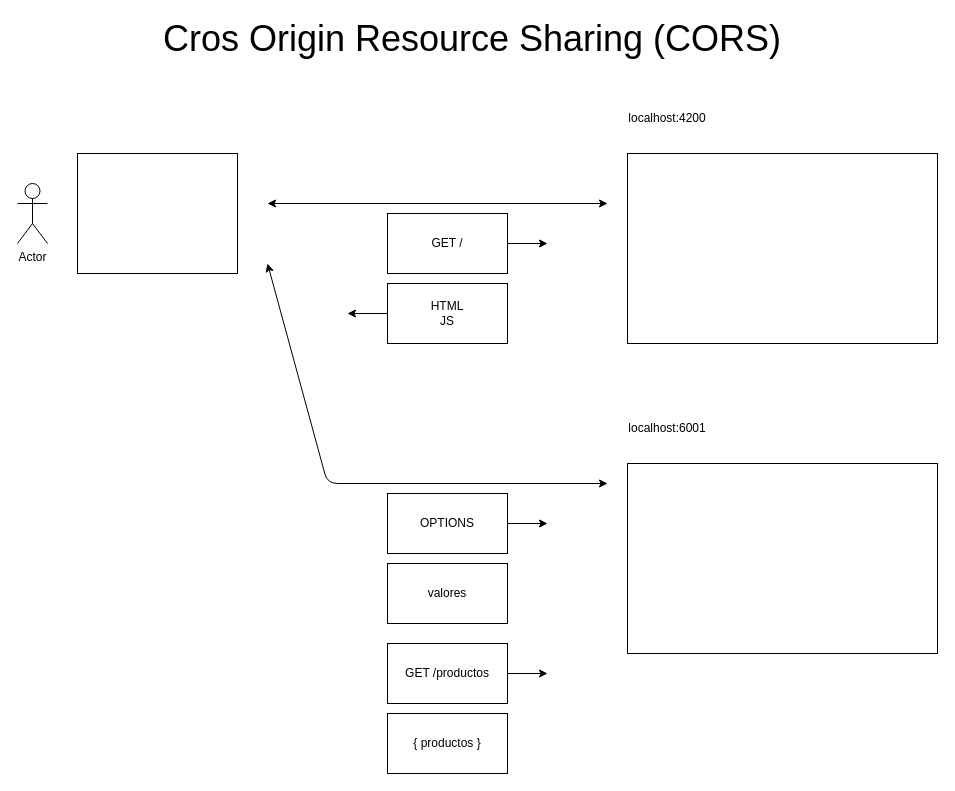
Before: page "Página-40" (39 of 39) of dibujos.drawio in lrag/MEAN_2021_2, a draw.io diagram. Source tidied: cells renumbered, new cells numbered last; positions are measured from the earlier drawing's top-left corner, leaving out a move shared by most shapes. Both pictures are drawn from the tidied source at 100%, with x=0, y=0 at pixel (17, 23).
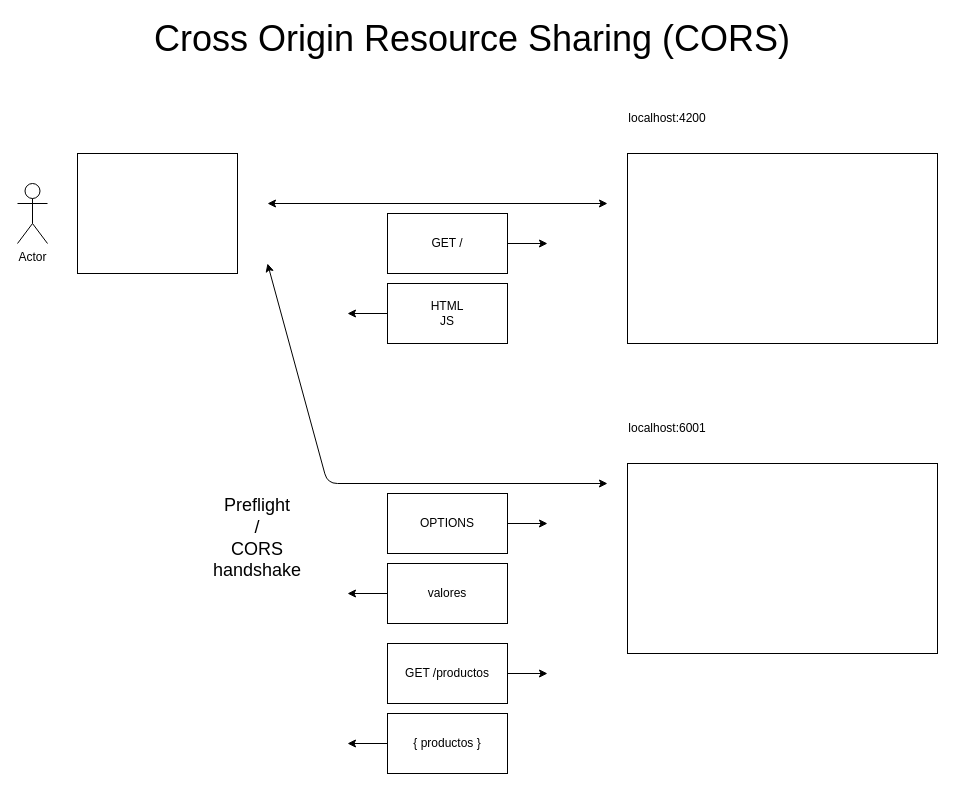
After the change.

Commit message (it also covers changes not shown here):
El CORS y los que siempre pagan el pato

Unchanged cells that the change refers to:
```xml
<mxCell id="17" value="valores" style="rounded=0;whiteSpace=wrap;html=1;" parent="1" vertex="1">
  <mxGeometry x="370" y="540" width="120" height="60" as="geometry" />
</mxCell>
<mxCell id="20" value="{ productos }" style="rounded=0;whiteSpace=wrap;html=1;" parent="1" vertex="1">
  <mxGeometry x="370" y="690" width="120" height="60" as="geometry" />
</mxCell>
```

Change to the diagram source:
```diff
@@
-    <mxCell id="2" value="&lt;font style=&quot;font-size: 36px&quot;&gt;Cros Origin Resource Sharing (CORS)&lt;/font&gt;" style="text;html=1;strokeColor=none;fillColor=none;align=center;verticalAlign=middle;whiteSpace=wrap;rounded=0;" parent="1" vertex="1">
+    <mxCell id="2" value="&lt;font style=&quot;font-size: 36px&quot;&gt;Cross Origin Resource Sharing (CORS)&lt;/font&gt;" style="text;html=1;strokeColor=none;fillColor=none;align=center;verticalAlign=middle;whiteSpace=wrap;rounded=0;" parent="1" vertex="1">
       <mxGeometry width="910" height="30" as="geometry" />
     </mxCell>
@@
+    <mxCell id="21" value="&lt;font style=&quot;font-size: 18px&quot;&gt;Preflight&lt;br&gt;/&lt;br&gt;CORS handshake&lt;br&gt;&lt;/font&gt;" style="text;html=1;strokeColor=none;fillColor=none;align=center;verticalAlign=middle;whiteSpace=wrap;rounded=0;" parent="1" vertex="1">
+      <mxGeometry x="190" y="460" width="100" height="110" as="geometry" />
+    </mxCell>
+    <mxCell id="22" style="endArrow=classic;html=1;rounded=0;exitX=0;exitY=0.5;exitDx=0;exitDy=0;" parent="1" edge="1" source="17">
+      <mxGeometry relative="1" as="geometry">
+        <mxPoint x="330" y="570" as="targetPoint" />
+      </mxGeometry>
+    </mxCell>
+    <mxCell id="23" style="endArrow=classic;html=1;rounded=0;exitX=0;exitY=0.5;exitDx=0;exitDy=0;" parent="1" edge="1" source="20">
+      <mxGeometry relative="1" as="geometry">
+        <mxPoint x="330" y="720" as="targetPoint" />
+      </mxGeometry>
+    </mxCell>
```
